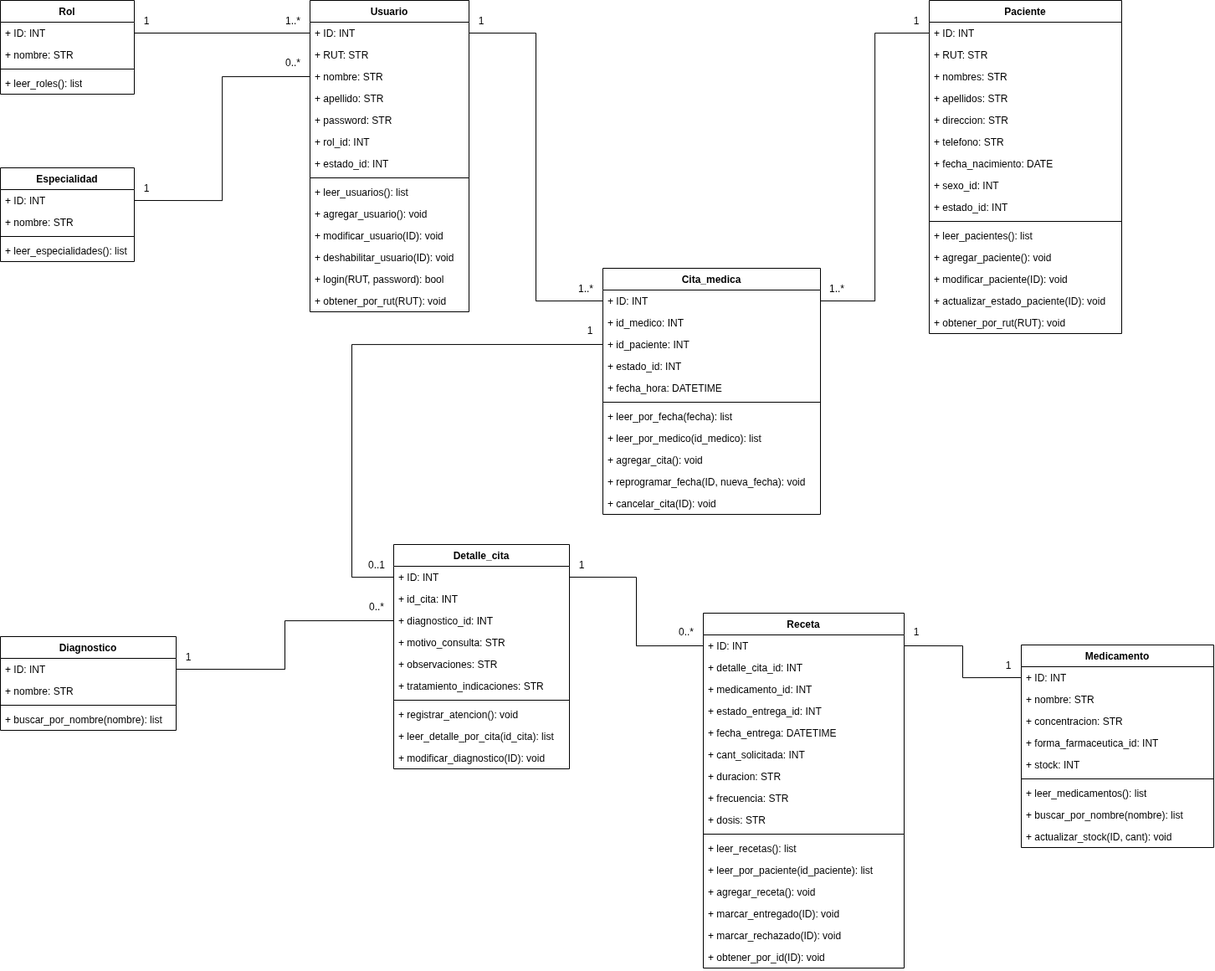
The draw.io diagram docs/UML.png in MarcoAntaniom/PyCesfam, before a commit. Source tidied: cells renumbered, new cells last; positions are measured from the earlier drawing's top-left corner, leaving out a move shared by most shapes.
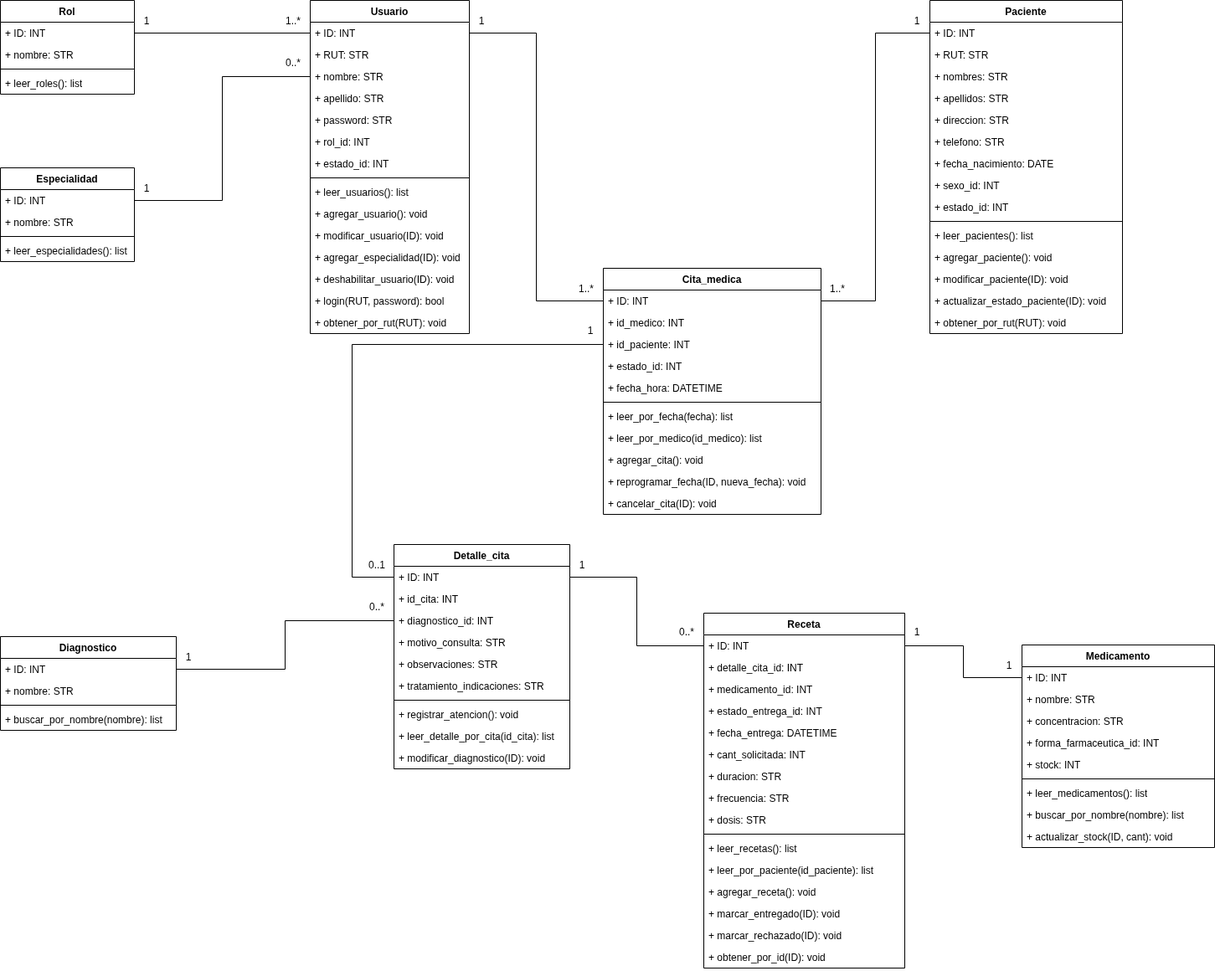
The same diagram one commit later.

Diff of the diagram source:
```diff
@@ -3,7 +3,7 @@
     <mxCell id="0" />
     <mxCell id="1" parent="0" />
     <mxCell id="2" value="Usuario" style="swimlane;fontStyle=1;align=center;verticalAlign=top;horizontal=1;startSize=26;whiteSpace=wrap;html=1;" parent="1" vertex="1">
-      <mxGeometry x="370" width="190" height="372" as="geometry" />
+      <mxGeometry x="370" width="190" height="398" as="geometry" />
     </mxCell>
     <mxCell id="3" value="+ ID: INT" style="text;strokeColor=none;fillColor=none;align=left;verticalAlign=top;spacingLeft=4;spacingRight=4;overflow=hidden;points=[[0,0.5],[1,0.5]];portConstraint=eastwest;whiteSpace=wrap;html=1;" parent="2" vertex="1">
       <mxGeometry y="26" width="190" height="26" as="geometry" />
@@ -38,14 +38,17 @@
     <mxCell id="13" value="+ modificar_usuario(ID): void&amp;nbsp;" style="text;strokeColor=none;fillColor=none;align=left;verticalAlign=top;spacingLeft=4;spacingRight=4;overflow=hidden;whiteSpace=wrap;html=1;" parent="2" vertex="1">
       <mxGeometry y="268" width="190" height="26" as="geometry" />
     </mxCell>
+    <mxCell id="122" value="+ agregar_especialidad(ID): void" style="text;strokeColor=none;fillColor=none;align=left;verticalAlign=top;spacingLeft=4;spacingRight=4;overflow=hidden;whiteSpace=wrap;html=1;" parent="2" vertex="1">
+      <mxGeometry y="294" width="190" height="26" as="geometry" />
+    </mxCell>
     <mxCell id="14" value="+ deshabilitar_usuario(ID): void" style="text;strokeColor=none;fillColor=none;align=left;verticalAlign=top;spacingLeft=4;spacingRight=4;overflow=hidden;whiteSpace=wrap;html=1;" parent="2" vertex="1">
-      <mxGeometry y="294" width="190" height="26" as="geometry" />
+      <mxGeometry y="320" width="190" height="26" as="geometry" />
     </mxCell>
     <mxCell id="15" value="+ login(RUT, password): bool" style="text;strokeColor=none;fillColor=none;align=left;verticalAlign=top;spacingLeft=4;spacingRight=4;overflow=hidden;whiteSpace=wrap;html=1;" parent="2" vertex="1">
-      <mxGeometry y="320" width="190" height="26" as="geometry" />
+      <mxGeometry y="346" width="190" height="26" as="geometry" />
     </mxCell>
     <mxCell id="16" value="+ obtener_por_rut(RUT): void" style="text;strokeColor=none;fillColor=none;align=left;verticalAlign=top;spacingLeft=4;spacingRight=4;overflow=hidden;whiteSpace=wrap;html=1;" parent="2" vertex="1">
-      <mxGeometry y="346" width="190" height="26" as="geometry" />
+      <mxGeometry y="372" width="190" height="26" as="geometry" />
     </mxCell>
     <mxCell id="17" value="Cita_medica" style="swimlane;fontStyle=1;align=center;verticalAlign=top;horizontal=1;startSize=26;whiteSpace=wrap;html=1;" parent="1" vertex="1">
       <mxGeometry x="720" y="320" width="260" height="294" as="geometry" />
```
